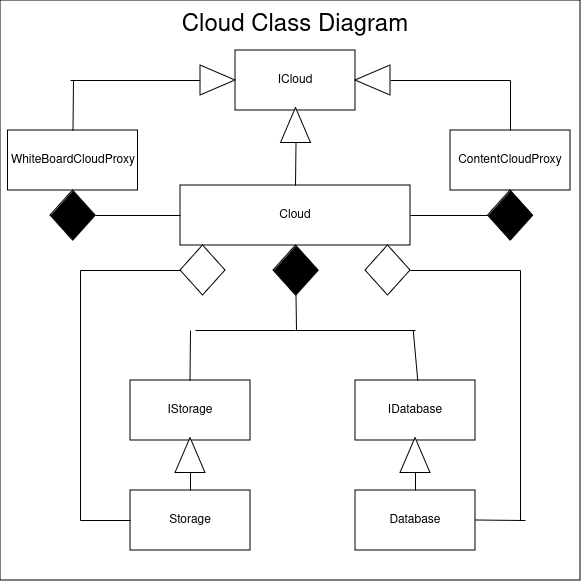
The draw.io diagram cloud.png in IIT-PKD-Software-Engg/Cloud, before a commit. Source tidied: cells renumbered, new cells last; positions are measured from the earlier drawing's top-left corner, leaving out a move shared by most shapes.
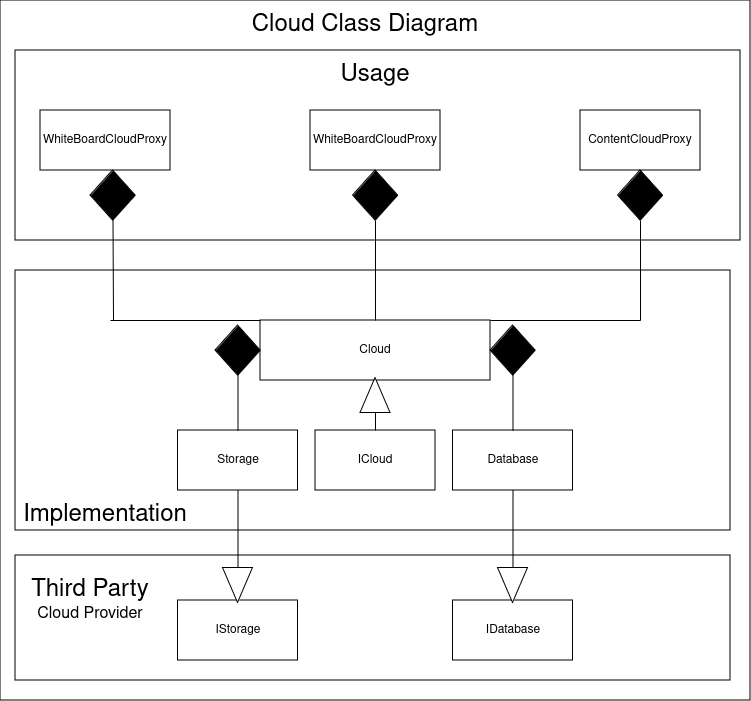
The same diagram one commit later.

Commit message:
class diagram update

Diff of the diagram source:
```diff
@@ -2,162 +2,118 @@
   <root>
     <mxCell id="0" />
     <mxCell id="1" parent="0" />
-    <mxCell id="2" style="whiteSpace=wrap;html=1;" parent="1" vertex="1">
-      <mxGeometry width="580" height="580" as="geometry" />
-    </mxCell>
+    <mxCell id="42" style="rounded=0;whiteSpace=wrap;html=1;" parent="1" vertex="1">
+      <mxGeometry x="10" y="-230" width="750" height="700" as="geometry" />
+    </mxCell>
+    <mxCell id="43" style="rounded=0;whiteSpace=wrap;html=1;" parent="1" vertex="1">
+      <mxGeometry x="25" y="325" width="715" height="125" as="geometry" />
+    </mxCell>
+    <mxCell id="44" style="rounded=0;whiteSpace=wrap;html=1;" parent="1" vertex="1">
+      <mxGeometry x="25" y="40" width="715" height="260" as="geometry" />
+    </mxCell>
+    <mxCell id="45" style="rounded=0;whiteSpace=wrap;html=1;" parent="1" vertex="1">
+      <mxGeometry x="25" y="-180" width="725" height="190" as="geometry" />
+    </mxCell>
     <mxCell id="3" value="ICloud" style="rounded=0;whiteSpace=wrap;html=1;" parent="1" vertex="1">
-      <mxGeometry x="235" y="50" width="120" height="60" as="geometry" />
+      <mxGeometry x="325" y="200" width="120" height="60" as="geometry" />
     </mxCell>
     <mxCell id="4" value="WhiteBoardCloudProxy" style="rounded=0;whiteSpace=wrap;html=1;" parent="1" vertex="1">
-      <mxGeometry x="7.5" y="130" width="130" height="60" as="geometry" />
+      <mxGeometry x="50" y="-120" width="130" height="60" as="geometry" />
     </mxCell>
     <mxCell id="5" value="ContentCloudProxy" style="rounded=0;whiteSpace=wrap;html=1;" parent="1" vertex="1">
-      <mxGeometry x="450" y="130" width="120" height="60" as="geometry" />
+      <mxGeometry x="590" y="-120" width="120" height="60" as="geometry" />
     </mxCell>
     <mxCell id="6" value="Cloud" style="rounded=0;whiteSpace=wrap;html=1;" parent="1" vertex="1">
-      <mxGeometry x="180" y="185" width="230" height="60" as="geometry" />
+      <mxGeometry x="270" y="90" width="230" height="60" as="geometry" />
     </mxCell>
     <mxCell id="7" value="IStorage" style="rounded=0;whiteSpace=wrap;html=1;" parent="1" vertex="1">
-      <mxGeometry x="130" y="380" width="120" height="60" as="geometry" />
+      <mxGeometry x="187.5" y="370" width="120" height="60" as="geometry" />
     </mxCell>
     <mxCell id="8" value="IDatabase" style="rounded=0;whiteSpace=wrap;html=1;" parent="1" vertex="1">
-      <mxGeometry x="355" y="380" width="120" height="60" as="geometry" />
+      <mxGeometry x="462.5" y="370" width="120" height="60" as="geometry" />
     </mxCell>
-    <mxCell id="9" style="endArrow=none;html=1;rounded=0;exitX=0.5;exitY=0;exitDx=0;exitDy=0;" parent="1" edge="1" source="4">
-      <mxGeometry relative="1" as="geometry">
-        <mxPoint x="73" y="80" as="targetPoint" />
-      </mxGeometry>
-    </mxCell>
-    <mxCell id="10" style="endArrow=none;html=1;rounded=0;entryX=0;entryY=0.5;entryDx=0;entryDy=0;" parent="1" edge="1" target="13">
-      <mxGeometry relative="1" as="geometry">
-        <mxPoint x="70" y="80" as="sourcePoint" />
-      </mxGeometry>
-    </mxCell>
-    <mxCell id="11" style="endArrow=none;html=1;rounded=0;exitX=0;exitY=0.5;exitDx=0;exitDy=0;" parent="1" edge="1" source="24">
-      <mxGeometry relative="1" as="geometry">
-        <mxPoint x="510" y="80" as="targetPoint" />
-      </mxGeometry>
-    </mxCell>
-    <mxCell id="12" style="endArrow=none;html=1;rounded=0;exitX=0.5;exitY=0;exitDx=0;exitDy=0;" parent="1" edge="1" source="5">
-      <mxGeometry relative="1" as="geometry">
-        <mxPoint x="510" y="80" as="targetPoint" />
-      </mxGeometry>
-    </mxCell>
-    <mxCell id="13" style="triangle;whiteSpace=wrap;html=1;" parent="1" vertex="1">
-      <mxGeometry x="200" y="65" width="35" height="30" as="geometry" />
-    </mxCell>
-    <mxCell id="14" style="endArrow=none;html=1;rounded=0;exitX=0.5;exitY=0;exitDx=0;exitDy=0;entryX=0;entryY=0.5;entryDx=0;entryDy=0;" parent="1" edge="1" source="6" target="25">
-      <mxGeometry relative="1" as="geometry" />
-    </mxCell>
     <mxCell id="15" style="rhombus;whiteSpace=wrap;html=1;fillColor=#000000;" parent="1" vertex="1">
-      <mxGeometry x="50" y="190" width="45" height="50" as="geometry" />
+      <mxGeometry x="100" y="-60" width="45" height="50" as="geometry" />
     </mxCell>
-    <mxCell id="16" style="endArrow=none;html=1;rounded=0;" parent="1" edge="1">
-      <mxGeometry relative="1" as="geometry">
-        <mxPoint x="189.5" y="380" as="sourcePoint" />
-        <mxPoint x="190" y="330" as="targetPoint" />
-      </mxGeometry>
-    </mxCell>
-    <mxCell id="17" style="endArrow=none;html=1;rounded=0;" parent="1" edge="1">
-      <mxGeometry relative="1" as="geometry">
-        <mxPoint x="417.2" y="380" as="sourcePoint" />
-        <mxPoint x="412.8" y="330" as="targetPoint" />
-      </mxGeometry>
-    </mxCell>
-    <mxCell id="18" style="endArrow=none;html=1;rounded=0;" parent="1" edge="1">
-      <mxGeometry relative="1" as="geometry">
-        <mxPoint x="295" y="330" as="sourcePoint" />
-        <mxPoint x="195" y="330" as="targetPoint" />
-      </mxGeometry>
-    </mxCell>
-    <mxCell id="19" style="endArrow=none;html=1;rounded=0;" parent="1" edge="1">
-      <mxGeometry relative="1" as="geometry">
-        <mxPoint x="415" y="330" as="sourcePoint" />
-        <mxPoint x="295" y="330" as="targetPoint" />
-      </mxGeometry>
-    </mxCell>
-    <mxCell id="20" style="endArrow=none;html=1;rounded=0;entryX=0.5;entryY=1;entryDx=0;entryDy=0;" parent="1" edge="1" target="26">
-      <mxGeometry relative="1" as="geometry">
-        <mxPoint x="296" y="330" as="sourcePoint" />
-      </mxGeometry>
-    </mxCell>
     <mxCell id="21" style="rhombus;whiteSpace=wrap;html=1;fillColor=#000000;" parent="1" vertex="1">
-      <mxGeometry x="487.5" y="190" width="45" height="50" as="geometry" />
+      <mxGeometry x="627.5" y="-60" width="45" height="50" as="geometry" />
     </mxCell>
-    <mxCell id="22" style="endArrow=none;html=1;rounded=0;entryX=0;entryY=0.5;entryDx=0;entryDy=0;exitX=1;exitY=0.5;exitDx=0;exitDy=0;" parent="1" edge="1" source="6" target="21">
-      <mxGeometry relative="1" as="geometry" />
+    <mxCell id="22" style="endArrow=none;html=1;rounded=0;entryX=0.5;entryY=1;entryDx=0;entryDy=0;" parent="1" edge="1" target="21">
+      <mxGeometry relative="1" as="geometry">
+        <mxPoint x="650" y="90" as="sourcePoint" />
+      </mxGeometry>
     </mxCell>
-    <mxCell id="23" style="endArrow=none;html=1;rounded=0;entryX=0;entryY=0.5;entryDx=0;entryDy=0;exitX=1;exitY=0.5;exitDx=0;exitDy=0;" parent="1" edge="1" source="15" target="6">
-      <mxGeometry relative="1" as="geometry" />
+    <mxCell id="23" style="endArrow=none;html=1;rounded=0;entryX=0;entryY=0;entryDx=0;entryDy=0;" parent="1" edge="1" target="6">
+      <mxGeometry relative="1" as="geometry">
+        <mxPoint x="120" y="90" as="sourcePoint" />
+      </mxGeometry>
     </mxCell>
-    <mxCell id="24" style="triangle;whiteSpace=wrap;html=1;rotation=-180;" parent="1" vertex="1">
-      <mxGeometry x="355" y="65" width="35" height="30" as="geometry" />
-    </mxCell>
     <mxCell id="25" style="triangle;whiteSpace=wrap;html=1;rotation=-90;" parent="1" vertex="1">
-      <mxGeometry x="278" y="110" width="35" height="30" as="geometry" />
+      <mxGeometry x="367.5" y="150" width="35" height="30" as="geometry" />
     </mxCell>
-    <mxCell id="26" style="rhombus;whiteSpace=wrap;html=1;fillColor=#000000;" parent="1" vertex="1">
-      <mxGeometry x="273" y="245" width="45" height="50" as="geometry" />
-    </mxCell>
     <mxCell id="27" value="Storage" style="rounded=0;whiteSpace=wrap;html=1;" parent="1" vertex="1">
-      <mxGeometry x="130" y="490" width="120" height="60" as="geometry" />
+      <mxGeometry x="187.5" y="200" width="120" height="60" as="geometry" />
     </mxCell>
     <mxCell id="28" value="Database" style="rounded=0;whiteSpace=wrap;html=1;" parent="1" vertex="1">
-      <mxGeometry x="355" y="490" width="120" height="60" as="geometry" />
+      <mxGeometry x="462.5" y="200" width="120" height="60" as="geometry" />
     </mxCell>
-    <mxCell id="29" style="triangle;whiteSpace=wrap;html=1;rotation=-90;" parent="1" vertex="1">
-      <mxGeometry x="172.5" y="440" width="35" height="30" as="geometry" />
+    <mxCell id="29" style="triangle;whiteSpace=wrap;html=1;rotation=90;" parent="1" vertex="1">
+      <mxGeometry x="230" y="340" width="35" height="30" as="geometry" />
     </mxCell>
-    <mxCell id="30" style="triangle;whiteSpace=wrap;html=1;rotation=-90;" parent="1" vertex="1">
-      <mxGeometry x="397.5" y="440" width="35" height="30" as="geometry" />
+    <mxCell id="30" style="triangle;whiteSpace=wrap;html=1;rotation=90;" parent="1" vertex="1">
+      <mxGeometry x="505" y="340" width="35" height="30" as="geometry" />
     </mxCell>
-    <mxCell id="31" style="endArrow=none;html=1;rounded=0;exitX=0.5;exitY=0;exitDx=0;exitDy=0;entryX=0;entryY=0.5;entryDx=0;entryDy=0;" parent="1" edge="1" source="27" target="29">
+    <mxCell id="31" style="endArrow=none;html=1;rounded=0;exitX=0.5;exitY=1;exitDx=0;exitDy=0;entryX=0;entryY=0.5;entryDx=0;entryDy=0;" parent="1" edge="1" source="27" target="29">
       <mxGeometry relative="1" as="geometry" />
     </mxCell>
-    <mxCell id="32" style="endArrow=none;html=1;rounded=0;exitX=0.5;exitY=0;exitDx=0;exitDy=0;entryX=0;entryY=0.5;entryDx=0;entryDy=0;" parent="1" edge="1" source="28" target="30">
+    <mxCell id="32" style="endArrow=none;html=1;rounded=0;exitX=0.5;exitY=1;exitDx=0;exitDy=0;entryX=0;entryY=0.5;entryDx=0;entryDy=0;" parent="1" edge="1" source="28" target="30">
       <mxGeometry relative="1" as="geometry" />
     </mxCell>
-    <mxCell id="33" style="rhombus;whiteSpace=wrap;html=1;fillColor=#FFFFFF;" parent="1" vertex="1">
-      <mxGeometry x="180" y="245" width="45" height="50" as="geometry" />
-    </mxCell>
-    <mxCell id="34" style="rhombus;whiteSpace=wrap;html=1;fillColor=#FFFFFF;" parent="1" vertex="1">
-      <mxGeometry x="365" y="245" width="45" height="50" as="geometry" />
-    </mxCell>
-    <mxCell id="35" style="endArrow=none;html=1;rounded=0;entryX=0;entryY=0.5;entryDx=0;entryDy=0;" parent="1" edge="1" target="33">
-      <mxGeometry relative="1" as="geometry">
-        <mxPoint x="80" y="270" as="sourcePoint" />
-      </mxGeometry>
-    </mxCell>
-    <mxCell id="36" style="endArrow=none;html=1;rounded=0;exitX=1;exitY=0.5;exitDx=0;exitDy=0;" parent="1" edge="1" source="34">
-      <mxGeometry relative="1" as="geometry">
-        <mxPoint x="520" y="270" as="targetPoint" />
-      </mxGeometry>
-    </mxCell>
-    <mxCell id="37" style="endArrow=none;html=1;rounded=0;entryX=0;entryY=0.5;entryDx=0;entryDy=0;" parent="1" edge="1" target="27">
-      <mxGeometry relative="1" as="geometry">
-        <mxPoint x="80" y="520" as="sourcePoint" />
-      </mxGeometry>
-    </mxCell>
-    <mxCell id="38" style="endArrow=none;html=1;rounded=0;" parent="1" edge="1">
-      <mxGeometry relative="1" as="geometry">
-        <mxPoint x="475" y="519.5" as="sourcePoint" />
-        <mxPoint x="525" y="520" as="targetPoint" />
-      </mxGeometry>
-    </mxCell>
-    <mxCell id="39" style="endArrow=none;html=1;rounded=0;" parent="1" edge="1">
-      <mxGeometry relative="1" as="geometry">
-        <mxPoint x="80" y="520" as="sourcePoint" />
-        <mxPoint x="80" y="270" as="targetPoint" />
-      </mxGeometry>
-    </mxCell>
-    <mxCell id="40" style="endArrow=none;html=1;rounded=0;" parent="1" edge="1">
-      <mxGeometry relative="1" as="geometry">
-        <mxPoint x="520" y="520" as="sourcePoint" />
-        <mxPoint x="520" y="270" as="targetPoint" />
-      </mxGeometry>
-    </mxCell>
     <mxCell id="41" value="&lt;font style=&quot;font-size: 24px;&quot;&gt;Cloud Class Diagram&lt;br&gt;&lt;/font&gt;" style="text;html=1;align=center;verticalAlign=middle;whiteSpace=wrap;rounded=0;" parent="1" vertex="1">
-      <mxGeometry x="100" y="10" width="390" height="30" as="geometry" />
+      <mxGeometry x="180" y="-220" width="390" height="30" as="geometry" />
     </mxCell>
+    <mxCell id="46" value="WhiteBoardCloudProxy" style="rounded=0;whiteSpace=wrap;html=1;" parent="1" vertex="1">
+      <mxGeometry x="320" y="-120" width="130" height="60" as="geometry" />
+    </mxCell>
+    <mxCell id="47" style="rhombus;whiteSpace=wrap;html=1;fillColor=#000000;" parent="1" vertex="1">
+      <mxGeometry x="362.5" y="-60" width="45" height="50" as="geometry" />
+    </mxCell>
+    <mxCell id="48" style="endArrow=none;html=1;rounded=0;exitX=1;exitY=0;exitDx=0;exitDy=0;" parent="1" edge="1" source="6">
+      <mxGeometry relative="1" as="geometry">
+        <mxPoint x="650" y="90" as="targetPoint" />
+      </mxGeometry>
+    </mxCell>
+    <mxCell id="49" style="endArrow=none;html=1;rounded=0;entryX=0.5;entryY=1;entryDx=0;entryDy=0;" parent="1" edge="1" target="15">
+      <mxGeometry relative="1" as="geometry">
+        <mxPoint x="123" y="90" as="sourcePoint" />
+      </mxGeometry>
+    </mxCell>
+    <mxCell id="50" style="endArrow=none;html=1;rounded=0;entryX=0.5;entryY=1;entryDx=0;entryDy=0;exitX=0.5;exitY=0;exitDx=0;exitDy=0;" parent="1" edge="1" source="6" target="47">
+      <mxGeometry relative="1" as="geometry" />
+    </mxCell>
+    <mxCell id="51" style="endArrow=none;html=1;rounded=0;entryX=0;entryY=0.5;entryDx=0;entryDy=0;exitX=0.5;exitY=0;exitDx=0;exitDy=0;" parent="1" edge="1" source="3" target="25">
+      <mxGeometry relative="1" as="geometry" />
+    </mxCell>
+    <mxCell id="52" value="&lt;font style=&quot;font-size: 24px;&quot;&gt;Usage&lt;/font&gt;" style="text;html=1;align=center;verticalAlign=middle;whiteSpace=wrap;rounded=0;" parent="1" vertex="1">
+      <mxGeometry x="355" y="-170" width="60" height="30" as="geometry" />
+    </mxCell>
+    <mxCell id="53" style="rhombus;whiteSpace=wrap;html=1;fillColor=#000000;" parent="1" vertex="1">
+      <mxGeometry x="225" y="95" width="45" height="50" as="geometry" />
+    </mxCell>
+    <mxCell id="54" style="rhombus;whiteSpace=wrap;html=1;fillColor=#000000;" parent="1" vertex="1">
+      <mxGeometry x="500" y="95" width="45" height="50" as="geometry" />
+    </mxCell>
+    <mxCell id="55" style="endArrow=none;html=1;rounded=0;entryX=0.5;entryY=1;entryDx=0;entryDy=0;exitX=0.5;exitY=0;exitDx=0;exitDy=0;" parent="1" edge="1" source="27" target="53">
+      <mxGeometry relative="1" as="geometry" />
+    </mxCell>
+    <mxCell id="56" style="endArrow=none;html=1;rounded=0;entryX=0.5;entryY=1;entryDx=0;entryDy=0;exitX=0.5;exitY=0;exitDx=0;exitDy=0;" parent="1" edge="1" source="28" target="54">
+      <mxGeometry relative="1" as="geometry" />
+    </mxCell>
+    <mxCell id="57" value="&lt;div&gt;&lt;font style=&quot;font-size: 24px;&quot;&gt;Implementation&lt;/font&gt;&lt;/div&gt;" style="text;html=1;align=center;verticalAlign=middle;whiteSpace=wrap;rounded=0;" parent="1" vertex="1">
+      <mxGeometry x="50" y="270" width="130" height="30" as="geometry" />
+    </mxCell>
+    <mxCell id="58" value="&lt;div&gt;&lt;font style=&quot;font-size: 24px;&quot;&gt;Third Party&lt;/font&gt;&lt;/div&gt;&lt;div&gt;&lt;font size=&quot;3&quot;&gt;Cloud Provider&lt;/font&gt;&lt;br&gt;&lt;/div&gt;" style="text;html=1;align=center;verticalAlign=middle;whiteSpace=wrap;rounded=0;" parent="1" vertex="1">
+      <mxGeometry x="30" y="340" width="140" height="60" as="geometry" />
+    </mxCell>
   </root>
 </mxGraphModel>
```
